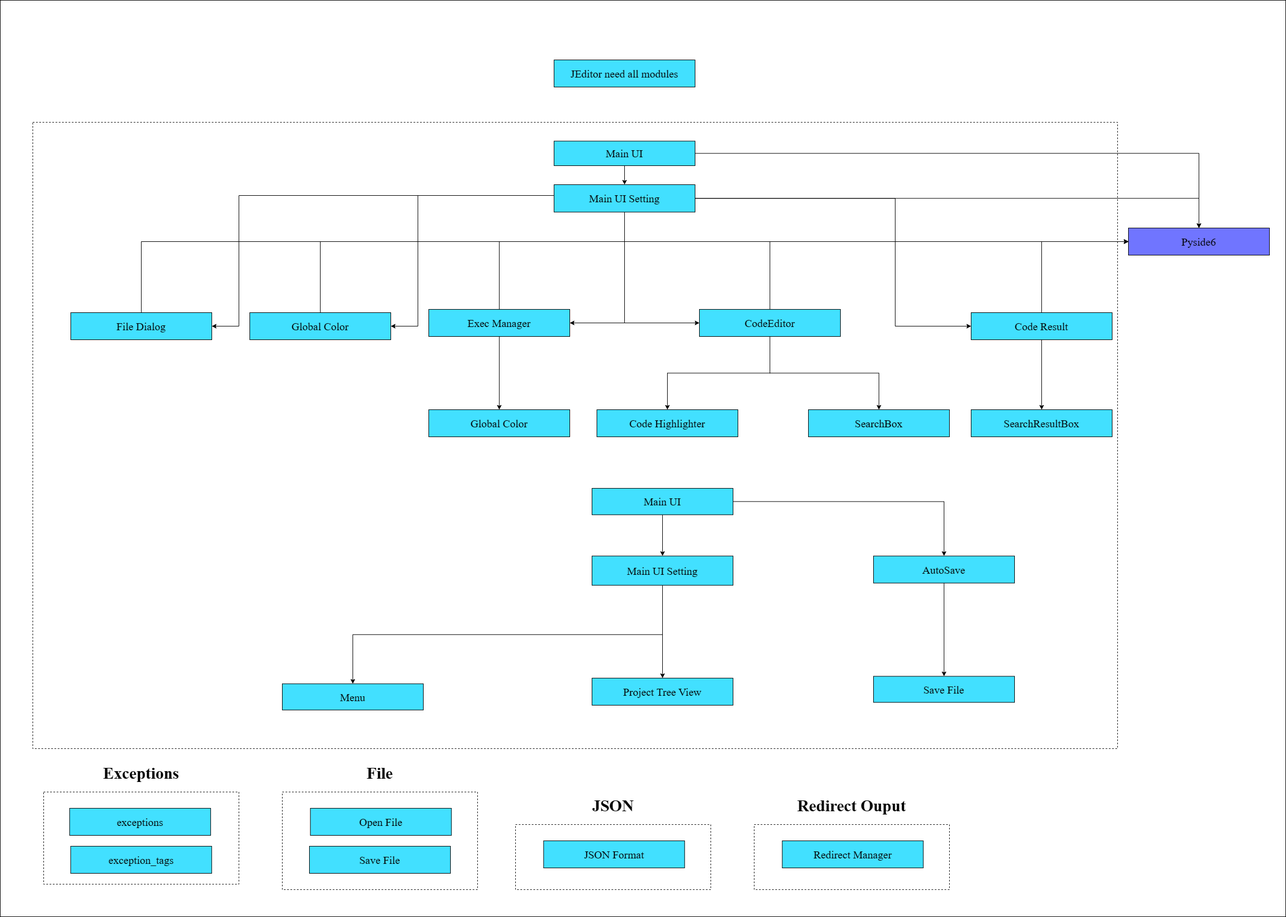
Above: architecture_diagram/JEditor_Architecture.drawio.png in Integration-Automation/JEDITOR (draw.io), before the change. Source tidied: cells renumbered, new cells last; positions are measured from the earlier drawing's top-left corner, leaving out a move shared by most shapes.
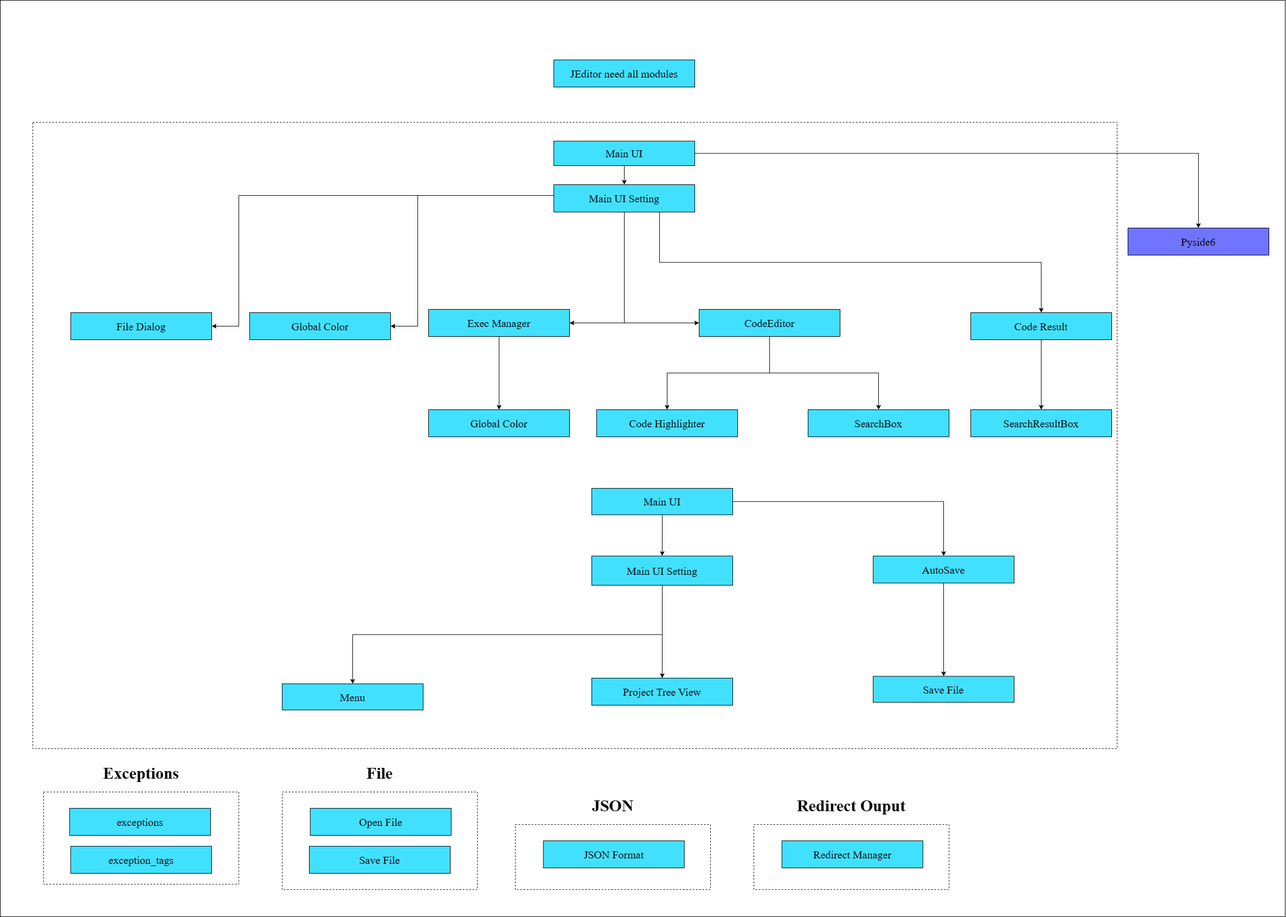
After the change.

Commit message:
Update architecture diagram

Update architecture diagram

The edit, as a diff of the source:
```diff
@@ -29,9 +29,6 @@
     <mxCell id="10" style="edgeStyle=orthogonalEdgeStyle;rounded=0;jettySize=auto;html=1;exitX=0.5;exitY=1;exitDx=0;exitDy=0;entryX=0.5;entryY=0;entryDx=0;entryDy=0;" parent="1" edge="1" source="12" target="14">
       <mxGeometry relative="1" as="geometry" />
     </mxCell>
-    <mxCell id="11" style="edgeStyle=orthogonalEdgeStyle;rounded=0;jettySize=auto;html=1;exitX=0.5;exitY=0;exitDx=0;exitDy=0;entryX=0;entryY=0.5;entryDx=0;entryDy=0;" parent="1" edge="1" source="12" target="19">
-      <mxGeometry relative="1" as="geometry" />
-    </mxCell>
     <mxCell id="12" value="CodeEditor" style="rounded=0;whiteSpace=wrap;html=1;fillColor=#42E0FF;fontFamily=Times New Roman;fontSize=20;" parent="1" vertex="1">
       <mxGeometry x="1289" y="570" width="260" height="50" as="geometry" />
     </mxCell>
@@ -44,9 +41,6 @@
     <mxCell id="15" style="edgeStyle=orthogonalEdgeStyle;rounded=0;jettySize=auto;html=1;exitX=0.5;exitY=1;exitDx=0;exitDy=0;" parent="1" edge="1" source="17" target="18">
       <mxGeometry relative="1" as="geometry" />
     </mxCell>
-    <mxCell id="16" style="edgeStyle=orthogonalEdgeStyle;rounded=0;jettySize=auto;html=1;exitX=0.5;exitY=0;exitDx=0;exitDy=0;entryX=0;entryY=0.5;entryDx=0;entryDy=0;" parent="1" edge="1" source="17" target="19">
-      <mxGeometry relative="1" as="geometry" />
-    </mxCell>
     <mxCell id="17" value="Code Result" style="rounded=0;whiteSpace=wrap;html=1;fillColor=#42E0FF;fontFamily=Times New Roman;fontSize=20;" parent="1" vertex="1">
       <mxGeometry x="1790" y="576" width="260" height="50" as="geometry" />
     </mxCell>
@@ -56,9 +50,6 @@
     <mxCell id="19" value="Pyside6" style="rounded=0;whiteSpace=wrap;html=1;fillColor=#7075FF;fontFamily=Times New Roman;fontSize=20;" parent="1" vertex="1">
       <mxGeometry x="2080" y="420" width="260" height="50" as="geometry" />
     </mxCell>
-    <mxCell id="20" style="edgeStyle=orthogonalEdgeStyle;rounded=0;jettySize=auto;html=1;exitX=0.5;exitY=0;exitDx=0;exitDy=0;entryX=0;entryY=0.5;entryDx=0;entryDy=0;" parent="1" edge="1" source="22" target="19">
-      <mxGeometry relative="1" as="geometry" />
-    </mxCell>
     <mxCell id="21" style="edgeStyle=orthogonalEdgeStyle;rounded=0;jettySize=auto;html=1;exitX=0.5;exitY=1;exitDx=0;exitDy=0;entryX=0.5;entryY=0;entryDx=0;entryDy=0;" parent="1" edge="1" source="22" target="23">
       <mxGeometry relative="1" as="geometry" />
     </mxCell>
@@ -68,15 +59,9 @@
     <mxCell id="23" value="Global Color" style="rounded=0;whiteSpace=wrap;html=1;fillColor=#42E0FF;fontFamily=Times New Roman;fontSize=20;" parent="1" vertex="1">
       <mxGeometry x="790" y="755" width="260" height="50" as="geometry" />
     </mxCell>
-    <mxCell id="24" style="edgeStyle=orthogonalEdgeStyle;rounded=0;jettySize=auto;html=1;exitX=0.5;exitY=0;exitDx=0;exitDy=0;entryX=0;entryY=0.5;entryDx=0;entryDy=0;" parent="1" edge="1" source="25" target="19">
-      <mxGeometry relative="1" as="geometry" />
-    </mxCell>
     <mxCell id="25" value="Global Color" style="rounded=0;whiteSpace=wrap;html=1;fillColor=#42E0FF;fontFamily=Times New Roman;fontSize=20;" parent="1" vertex="1">
       <mxGeometry x="460" y="576" width="260" height="50" as="geometry" />
     </mxCell>
-    <mxCell id="26" style="edgeStyle=orthogonalEdgeStyle;rounded=0;jettySize=auto;html=1;exitX=0.5;exitY=0;exitDx=0;exitDy=0;entryX=0;entryY=0.5;entryDx=0;entryDy=0;" parent="1" edge="1" source="27" target="19">
-      <mxGeometry relative="1" as="geometry" />
-    </mxCell>
     <mxCell id="27" value="File Dialog" style="rounded=0;whiteSpace=wrap;html=1;fillColor=#42E0FF;fontFamily=Times New Roman;fontSize=20;" parent="1" vertex="1">
       <mxGeometry x="130" y="576" width="260" height="50" as="geometry" />
     </mxCell>
@@ -86,14 +71,6 @@
     <mxCell id="29" style="edgeStyle=orthogonalEdgeStyle;rounded=0;jettySize=auto;html=1;exitX=0.5;exitY=1;exitDx=0;exitDy=0;entryX=0;entryY=0.5;entryDx=0;entryDy=0;" parent="1" edge="1" source="35" target="12">
       <mxGeometry relative="1" as="geometry" />
     </mxCell>
-    <mxCell id="30" style="edgeStyle=orthogonalEdgeStyle;rounded=0;jettySize=auto;html=1;exitX=1;exitY=0.5;exitDx=0;exitDy=0;entryX=0;entryY=0.5;entryDx=0;entryDy=0;" parent="1" edge="1" source="35" target="17">
-      <mxGeometry relative="1" as="geometry">
-        <Array as="points">
-          <mxPoint x="1650" y="365" />
-          <mxPoint x="1650" y="601" />
-        </Array>
-      </mxGeometry>
-    </mxCell>
     <mxCell id="31" style="edgeStyle=orthogonalEdgeStyle;rounded=0;jettySize=auto;html=1;exitX=0;exitY=0.5;exitDx=0;exitDy=0;entryX=1;entryY=0.5;entryDx=0;entryDy=0;" parent="1" edge="1" source="35" target="25">
       <mxGeometry relative="1" as="geometry">
         <Array as="points">
@@ -112,12 +89,12 @@
         </Array>
       </mxGeometry>
     </mxCell>
-    <mxCell id="33" style="edgeStyle=orthogonalEdgeStyle;rounded=0;jettySize=auto;html=1;exitX=1;exitY=0.5;exitDx=0;exitDy=0;" parent="1" edge="1" source="35" target="19">
-      <mxGeometry relative="1" as="geometry" />
-    </mxCell>
     <mxCell id="34" style="edgeStyle=orthogonalEdgeStyle;rounded=0;jettySize=auto;html=1;exitX=1;exitY=0.5;exitDx=0;exitDy=0;entryX=0.5;entryY=0;entryDx=0;entryDy=0;" parent="1" edge="1" source="37" target="19">
       <mxGeometry relative="1" as="geometry" />
     </mxCell>
+    <mxCell id="30" style="edgeStyle=orthogonalEdgeStyle;rounded=0;jettySize=auto;html=1;exitX=0.75;exitY=1;exitDx=0;exitDy=0;entryX=0.5;entryY=0;entryDx=0;entryDy=0;" parent="1" edge="1" source="35" target="17">
+      <mxGeometry relative="1" as="geometry" />
+    </mxCell>
     <mxCell id="35" value="Main UI Setting" style="rounded=0;whiteSpace=wrap;html=1;fillColor=#42E0FF;fontFamily=Times New Roman;fontSize=20;" parent="1" vertex="1">
       <mxGeometry x="1021" y="340" width="260" height="50.6" as="geometry" />
     </mxCell>
```
